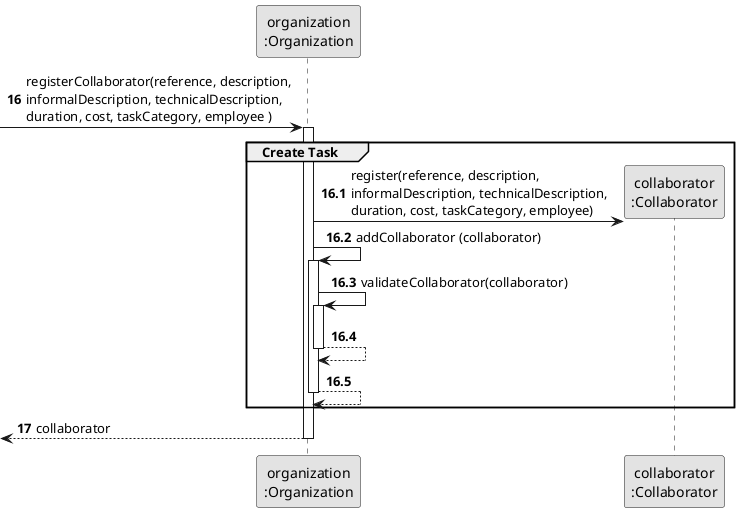
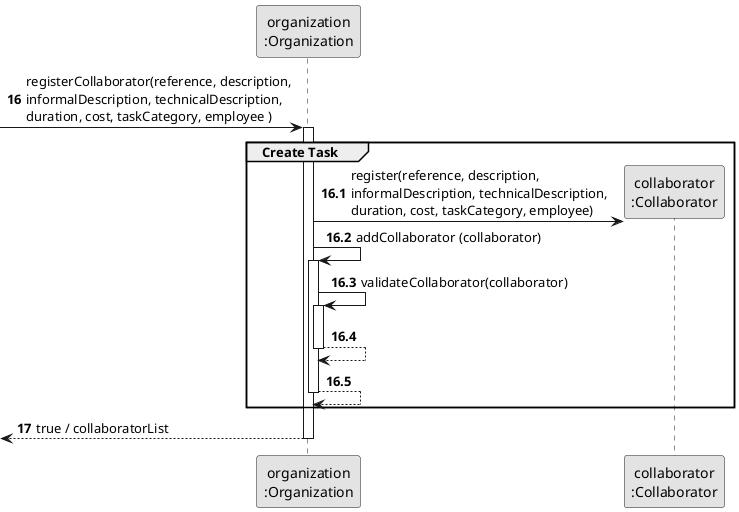
@startuml
skinparam monochrome true
skinparam packageStyle rectangle
skinparam shadowing false

participant "organization\n:Organization" as ORG
participant "collaborator\n:Collaborator" as collaborator

autonumber 16
-> ORG: registerCollaborator(reference, description,\ninformalDescription, technicalDescription,\nduration, cost, taskCategory, employee )

autonumber 16.1
activate ORG
    group Create Task

        ORG -> collaborator**: register(reference, description,\ninformalDescription, technicalDescription,\nduration, cost, taskCategory, employee)
        ORG -> ORG: addCollaborator (collaborator)

        activate ORG
            ORG -> ORG: validateCollaborator(collaborator)
            activate ORG
                ORG --> ORG
            deactivate ORG

            ORG --> ORG
        deactivate ORG
    end

    autonumber 17
-     <-- ORG : collaborator
+     <-- ORG : true / collaboratorList
deactivate ORG


@enduml